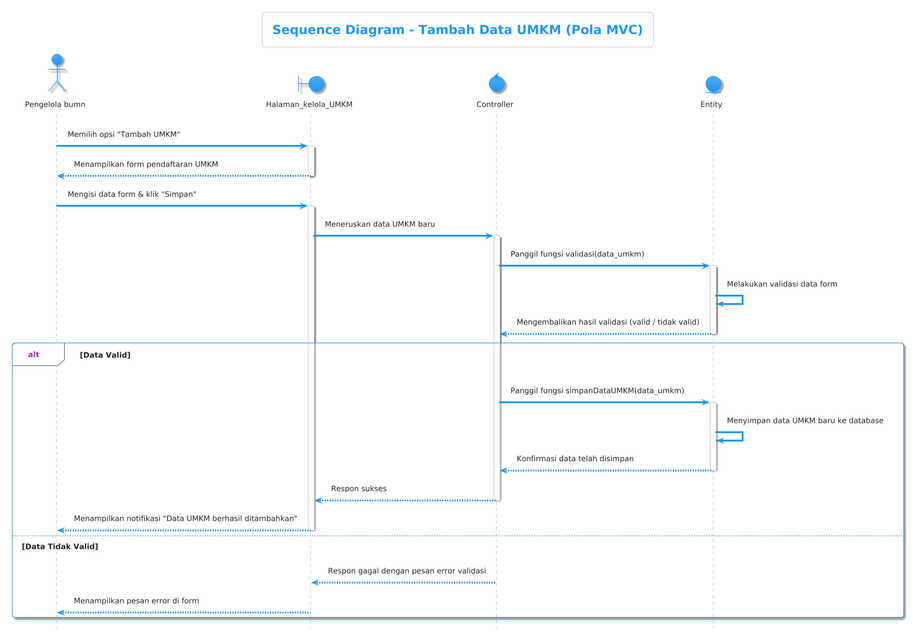
Mrmgnt/diagram-kp keeps this PlantUML diagram as sequence/kelola umkm/buat data umkm/buat data.png. Above is the earlier version.
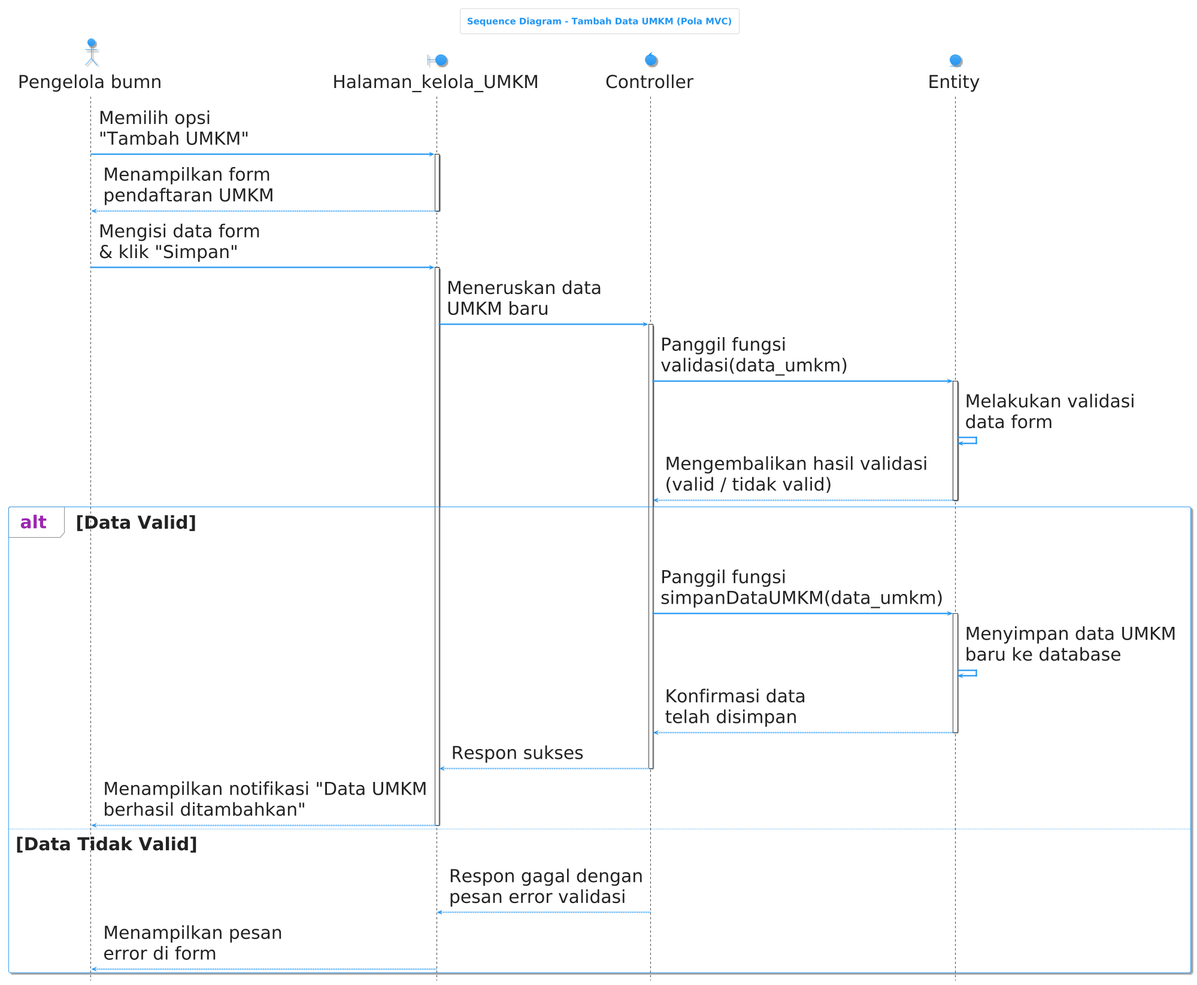
The same diagram one commit later.

Change to the diagram source:
```diff
@@ -1,5 +1,15 @@
 @startuml
 !theme materia
+scale max 1920 width
+skinparam defaultFontSize 40
+skinparam ParticipantPadding 30
+skinparam BoxPadding 40
+skinparam ActorPadding 20
+skinparam ActorFontSize 40
+skinparam ParticipantFontSize 40
+skinparam SequenceParticipantBorderThickness 2
+skinparam SequenceLifeLineBorderColor Black
+skinparam SequenceLifeLineBorderThickness 2
 
 title Sequence Diagram - Tambah Data UMKM (Pola MVC)
 hide footbox
@@ -9,40 +19,40 @@
 control "Controller" as Controller
 entity "Entity" as Entity
 
-Pengguna -> Halaman_kelola_UMKM: Memilih opsi "Tambah UMKM"
+Pengguna -> Halaman_kelola_UMKM: Memilih opsi\n"Tambah UMKM"
 activate Halaman_kelola_UMKM
-Halaman_kelola_UMKM --> Pengguna: Menampilkan form pendaftaran UMKM
+Halaman_kelola_UMKM --> Pengguna: Menampilkan form\npendaftaran UMKM
 deactivate Halaman_kelola_UMKM
 
-Pengguna -> Halaman_kelola_UMKM: Mengisi data form & klik "Simpan"
+Pengguna -> Halaman_kelola_UMKM: Mengisi data form\n& klik "Simpan"
 activate Halaman_kelola_UMKM
 
-Halaman_kelola_UMKM -> Controller: Meneruskan data UMKM baru
+Halaman_kelola_UMKM -> Controller: Meneruskan data\nUMKM baru
 activate Controller
 
-Controller -> Entity: Panggil fungsi validasi(data_umkm)
+Controller -> Entity: Panggil fungsi\nvalidasi(data_umkm)
 activate Entity
-Entity -> Entity: Melakukan validasi data form
-Entity --> Controller: Mengembalikan hasil validasi (valid / tidak valid)
+Entity -> Entity: Melakukan validasi\ndata form
+Entity --> Controller: Mengembalikan hasil validasi\n(valid / tidak valid)
 deactivate Entity
 
 alt Data Valid
-    Controller -> Entity: Panggil fungsi simpanDataUMKM(data_umkm)
+    Controller -> Entity: Panggil fungsi\nsimpanDataUMKM(data_umkm)
     activate Entity
-    Entity -> Entity: Menyimpan data UMKM baru ke database
-    Entity --> Controller: Konfirmasi data telah disimpan
+    Entity -> Entity: Menyimpan data UMKM\nbaru ke database
+    Entity --> Controller: Konfirmasi data\ntelah disimpan
     deactivate Entity
 
     Controller --> Halaman_kelola_UMKM: Respon sukses
     deactivate Controller
 
-    Halaman_kelola_UMKM --> Pengguna: Menampilkan notifikasi "Data UMKM berhasil ditambahkan"
+    Halaman_kelola_UMKM --> Pengguna: Menampilkan notifikasi "Data UMKM\nberhasil ditambahkan"
     deactivate Halaman_kelola_UMKM
 else Data Tidak Valid
-    Controller --> Halaman_kelola_UMKM: Respon gagal dengan pesan error validasi
+    Controller --> Halaman_kelola_UMKM: Respon gagal dengan\npesan error validasi
     deactivate Controller
 
-    Halaman_kelola_UMKM --> Pengguna: Menampilkan pesan error di form
+    Halaman_kelola_UMKM --> Pengguna: Menampilkan pesan\nerror di form
     deactivate Halaman_kelola_UMKM
 end
 @enduml
```
